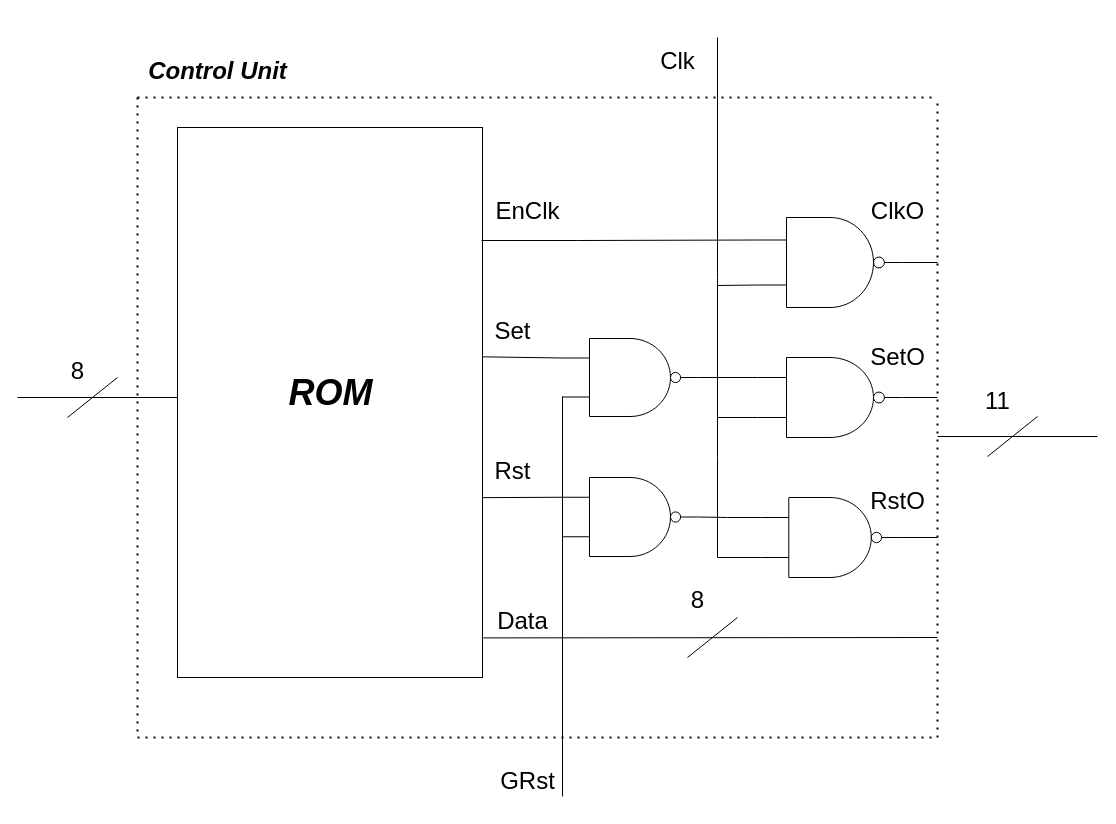
The draw.io diagram diagrams/control_unit/control_unit.drawio in Lararodrigues1/aad-projects, before the edit. Source tidied: cells renumbered, new cells numbered last; positions are measured from the earlier drawing's top-left corner, leaving out a move shared by most shapes. Both pictures are drawn from the tidied source at 100%, with x=0, y=0 at pixel (17, 17).
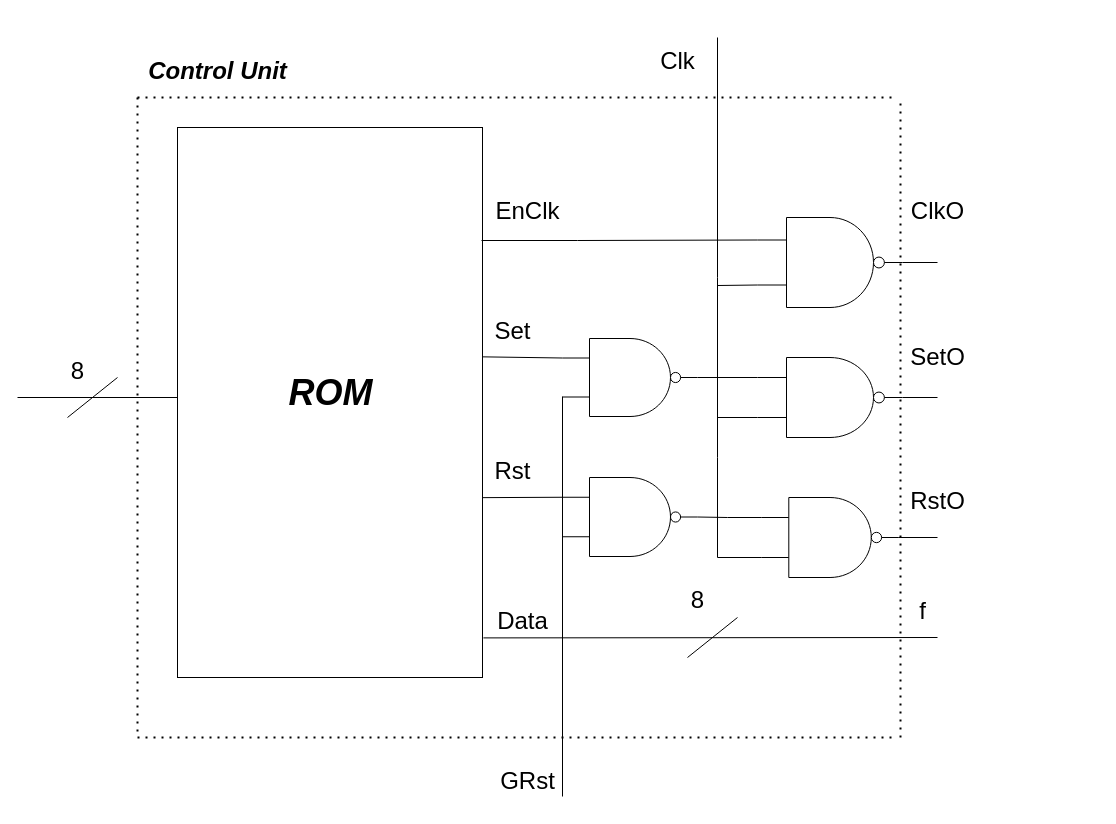
After the change.

Commit message (it also covers changes not shown here):
added encoder serial diagram

Diff of the diagram source:
```diff
@@
     <mxCell id="24" style="endArrow=none;dashed=1;html=1;dashPattern=1 3;strokeWidth=2;rounded=0;" parent="1" edge="1">
       <mxGeometry relative="1" as="geometry">
-        <mxPoint x="920" y="720" as="sourcePoint" />
-        <mxPoint x="920" y="80" as="targetPoint" />
+        <mxPoint x="883" y="720" as="sourcePoint" />
+        <mxPoint x="883" y="80" as="targetPoint" />
       </mxGeometry>
     </mxCell>
@@
     <mxCell id="26" style="endArrow=none;dashed=1;html=1;dashPattern=1 3;strokeWidth=2;rounded=0;" parent="1" edge="1">
       <mxGeometry relative="1" as="geometry">
         <mxPoint x="120" y="80" as="sourcePoint" />
-        <mxPoint x="920" y="80" as="targetPoint" />
+        <mxPoint x="880" y="80" as="targetPoint" />
       </mxGeometry>
     </mxCell>
     <mxCell id="27" style="endArrow=none;dashed=1;html=1;dashPattern=1 3;strokeWidth=2;rounded=0;" parent="1" edge="1">
       <mxGeometry relative="1" as="geometry">
         <mxPoint x="120" y="720" as="sourcePoint" />
-        <mxPoint x="920" y="720" as="targetPoint" />
+        <mxPoint x="880" y="720" as="targetPoint" />
       </mxGeometry>
     </mxCell>
-    <mxCell id="28" style="endArrow=none;html=1;rounded=0;" parent="1" edge="1">
-      <mxGeometry relative="1" as="geometry">
-        <mxPoint x="920" y="419" as="sourcePoint" />
-        <mxPoint x="1080" y="419" as="targetPoint" />
-      </mxGeometry>
-    </mxCell>
-    <mxCell id="29" style="endArrow=none;html=1;rounded=0;" parent="1" edge="1">
-      <mxGeometry relative="1" as="geometry">
-        <mxPoint x="970" y="439" as="sourcePoint" />
-        <mxPoint x="1020" y="399" as="targetPoint" />
-      </mxGeometry>
-    </mxCell>
@@
-    <mxCell id="32" value="&lt;font style=&quot;font-size: 24px;&quot;&gt;11&lt;/font&gt;" style="text;html=1;align=center;verticalAlign=middle;fillColor=none;strokeColor=none;rounded=0;fontSize=48;" parent="1" vertex="1">
-      <mxGeometry x="955" y="340" width="50" height="70" as="geometry" />
-    </mxCell>
@@
     <mxCell id="40" value="&lt;font style=&quot;font-size: 24px;&quot;&gt;ClkO&lt;/font&gt;" style="text;html=1;align=center;verticalAlign=middle;fillColor=none;strokeColor=none;rounded=0;fontSize=48;" parent="1" vertex="1">
-      <mxGeometry x="840" y="150" width="80" height="70" as="geometry" />
+      <mxGeometry x="880" y="150" width="80" height="70" as="geometry" />
     </mxCell>
     <mxCell id="41" value="&lt;span style=&quot;font-size: 24px;&quot;&gt;SetO&lt;/span&gt;" style="text;html=1;align=center;verticalAlign=middle;fillColor=none;strokeColor=none;rounded=0;fontSize=48;" parent="1" vertex="1">
-      <mxGeometry x="840" y="296" width="80" height="70" as="geometry" />
+      <mxGeometry x="880" y="296" width="80" height="70" as="geometry" />
     </mxCell>
     <mxCell id="42" value="&lt;span style=&quot;font-size: 24px;&quot;&gt;RstO&lt;/span&gt;" style="text;html=1;align=center;verticalAlign=middle;fillColor=none;strokeColor=none;rounded=0;fontSize=48;" parent="1" vertex="1">
-      <mxGeometry x="840" y="440" width="80" height="70" as="geometry" />
+      <mxGeometry x="880" y="440" width="80" height="70" as="geometry" />
     </mxCell>
@@
+    <mxCell id="44" value="&lt;span style=&quot;font-size: 24px;&quot;&gt;f&lt;/span&gt;" style="text;html=1;align=center;verticalAlign=middle;fillColor=none;strokeColor=none;rounded=0;fontSize=48;" parent="1" vertex="1">
+      <mxGeometry x="890" y="550" width="30" height="70" as="geometry" />
+    </mxCell>
```
